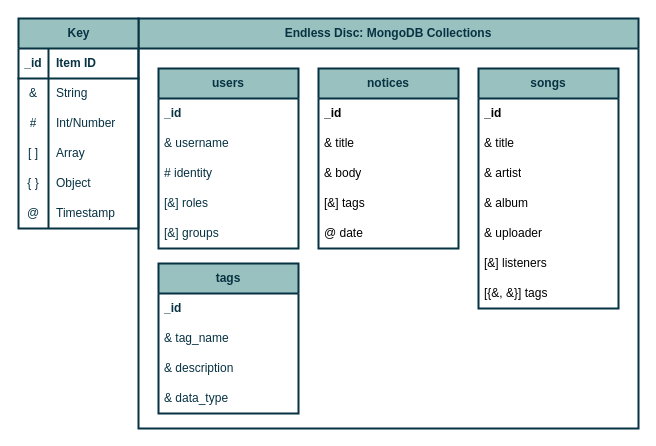
Above: documentation/Database Collection Diagram.drawio in IntrixTheName/EndlessDisc-1.0 (draw.io), before the change. Source tidied: cells renumbered, new cells numbered last; positions are measured from the earlier drawing's top-left corner, leaving out a move shared by most shapes. Both pictures are drawn from the tidied source at 100%, with x=0, y=0 at pixel (18, 18).
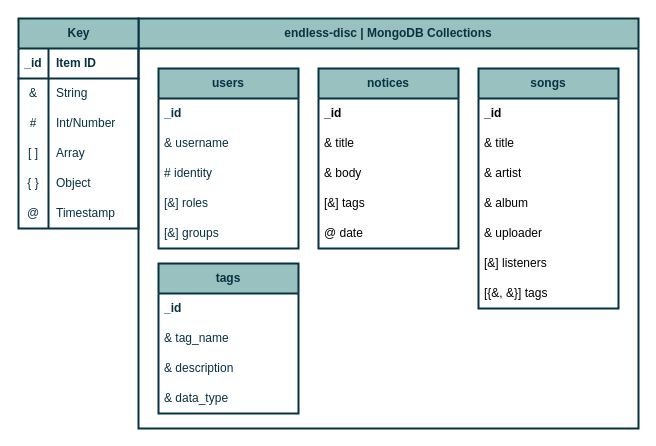
The same page after the edit.

Diff of the diagram source:
```diff
@@
-    <mxCell id="2" value="Endless Disc: MongoDB Collections" style="swimlane;whiteSpace=wrap;html=1;rounded=0;shadow=0;glass=0;labelBackgroundColor=none;labelBorderColor=none;strokeColor=#073242;strokeWidth=2;fontFamily=Montserrat;fontSize=12;fontColor=#073242;startSize=30;fillColor=#99c1c0;" parent="1" vertex="1">
+    <mxCell id="2" value="endless-disc | MongoDB Collections" style="swimlane;whiteSpace=wrap;html=1;rounded=0;shadow=0;glass=0;labelBackgroundColor=none;labelBorderColor=none;strokeColor=#073242;strokeWidth=2;fontFamily=Montserrat;fontSize=12;fontColor=#073242;startSize=30;fillColor=#99c1c0;" parent="1" vertex="1">
       <mxGeometry x="120" width="500" height="410" as="geometry" />
     </mxCell>
```
